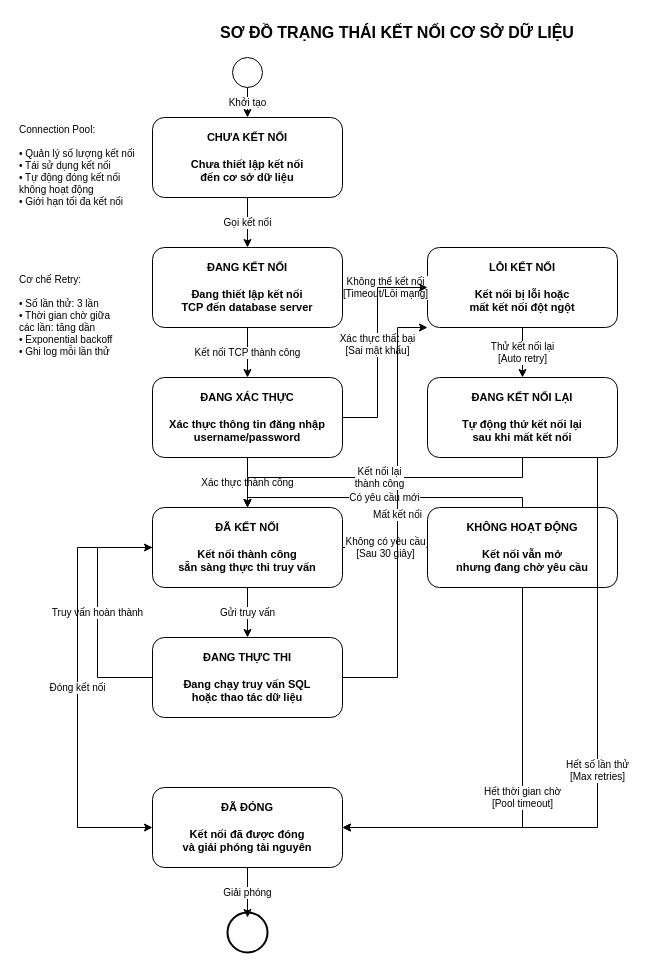
The draw.io diagram diagrams/state/6_database_connection_state.drawio in VennDev/VRecommendSystem, before the edit. Source tidied: cells renumbered, new cells numbered last; positions are measured from the earlier drawing's top-left corner, leaving out a move shared by most shapes. Both pictures are drawn from the tidied source at 100%, with x=0, y=0 at pixel (17, 17).
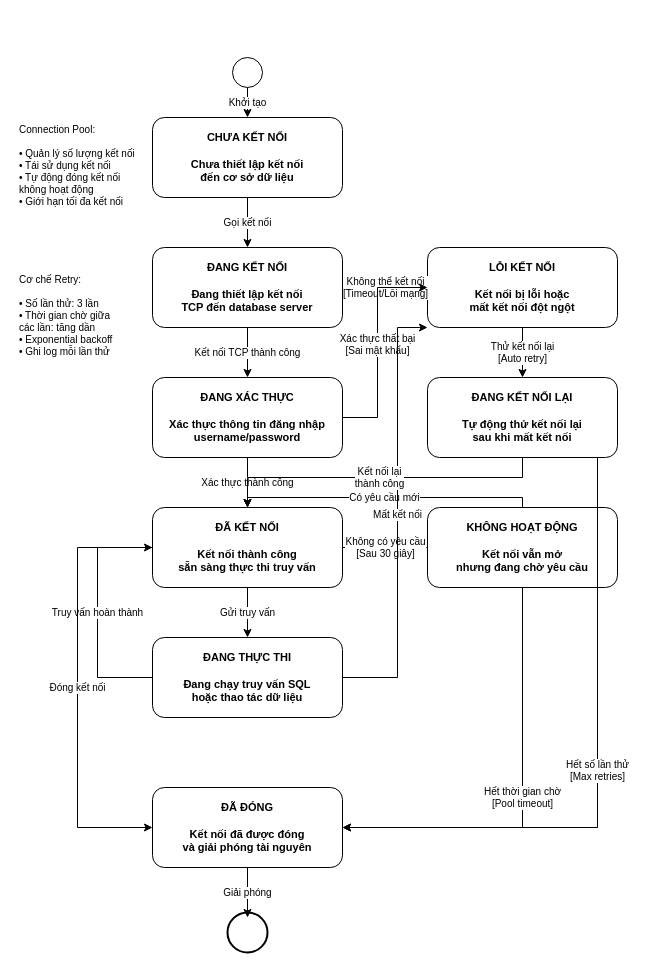
The same page after the edit.

Diff of the diagram source:
```diff
@@
-    <mxCell id="2" value="SƠ ĐỒ TRẠNG THÁI KẾT NỐI CƠ SỞ DỮ LIỆU" style="text;html=1;align=center;verticalAlign=middle;whiteSpace=wrap;rounded=0;fontSize=16;fontStyle=1;" parent="1" vertex="1">
-      <mxGeometry x="130" width="500" height="30" as="geometry" />
-    </mxCell>
```
